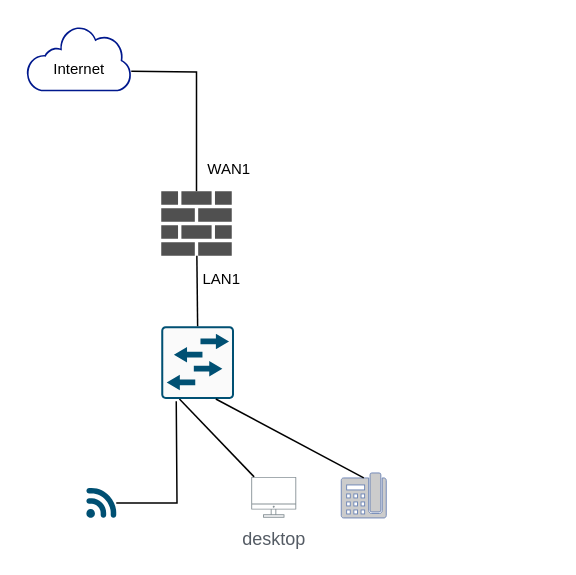
This is Hubtech HDA Physical.drawio from kennedyjombo/intro-to-me, a draw.io file, before an edit. Source tidied: cells renumbered, new cells numbered last; positions are measured from the earlier drawing's top-left corner, leaving out a move shared by most shapes. Both pictures are drawn from the tidied source at 150%, with x=0, y=0 at pixel (26, 26).
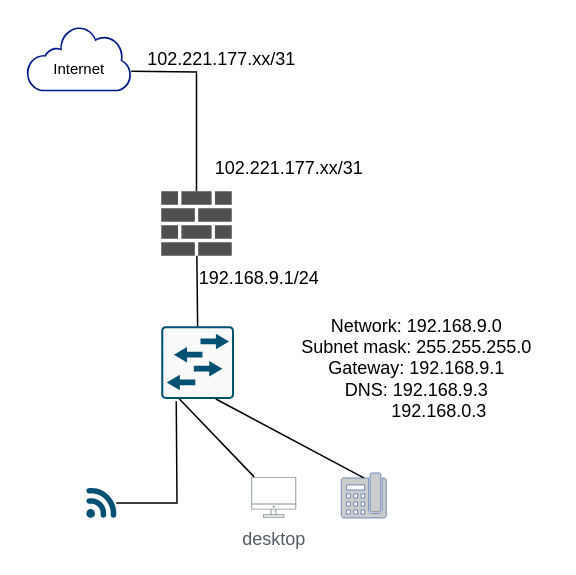
Above is the later version.

The edit, as a diff of the source:
```diff
@@
 <mxGraphModel>
   <root>
     <mxCell id="0" />
     <mxCell id="1" parent="0" />
     <mxCell id="2" style="sketch=0;shadow=0;dashed=0;html=1;strokeColor=none;labelPosition=center;verticalLabelPosition=bottom;verticalAlign=top;align=center;fillColor=#00188D;shape=mxgraph.mscae.enterprise.internet_hollow;" parent="1" vertex="1">
       <mxGeometry width="70" height="43.4" as="geometry" />
     </mxCell>
     <mxCell id="3" style="edgeStyle=orthogonalEdgeStyle;rounded=0;jettySize=auto;html=1;endArrow=none;endFill=0;" parent="1" edge="1" target="5">
       <mxGeometry relative="1" as="geometry">
         <mxPoint x="70" y="30" as="sourcePoint" />
       </mxGeometry>
     </mxCell>
     <mxCell id="4" value="&lt;font style=&quot;font-size: 10px;&quot;&gt;Internet&lt;/font&gt;" style="text;html=1;align=center;verticalAlign=middle;strokeColor=none;fillColor=none;" parent="1" vertex="1">
       <mxGeometry x="5" y="13.4" width="60" height="30" as="geometry" />
     </mxCell>
     <mxCell id="5" style="sketch=0;shadow=0;dashed=0;html=1;strokeColor=none;fillColor=#505050;labelPosition=center;verticalLabelPosition=bottom;verticalAlign=top;outlineConnect=0;align=center;shape=mxgraph.office.concepts.firewall;" parent="1" vertex="1">
       <mxGeometry x="90" y="110" width="47" height="43" as="geometry" />
     </mxCell>
     <mxCell id="6" style="rounded=0;jettySize=auto;html=1;exitX=0.25;exitY=1;exitDx=0;exitDy=0;exitPerimeter=0;endArrow=none;endFill=0;" parent="1" edge="1" source="7" target="11">
       <mxGeometry relative="1" as="geometry" />
     </mxCell>
     <mxCell id="7" style="sketch=0;points=[[0.015,0.015,0],[0.985,0.015,0],[0.985,0.985,0],[0.015,0.985,0],[0.25,0,0],[0.5,0,0],[0.75,0,0],[1,0.25,0],[1,0.5,0],[1,0.75,0],[0.75,1,0],[0.5,1,0],[0.25,1,0],[0,0.75,0],[0,0.5,0],[0,0.25,0]];verticalLabelPosition=bottom;html=1;verticalAlign=top;align=center;shape=mxgraph.cisco19.rect;prIcon=l2_switch;fillColor=#FAFAFA;strokeColor=#005073;" parent="1" vertex="1">
       <mxGeometry x="90" y="200" width="48.5" height="48.5" as="geometry" />
     </mxCell>
     <mxCell id="8" style="rounded=0;jettySize=auto;html=1;entryX=0.5;entryY=0;entryDx=0;entryDy=0;entryPerimeter=0;endArrow=none;endFill=0;" parent="1" edge="1" source="5" target="7">
       <mxGeometry relative="1" as="geometry" />
     </mxCell>
-    <mxCell id="9" value="&lt;font style=&quot;font-size: 10px;&quot;&gt;LAN1&lt;/font&gt;" style="text;html=1;align=center;verticalAlign=middle;strokeColor=none;fillColor=none;" parent="1" vertex="1">
-      <mxGeometry x="105" y="153" width="50" height="30" as="geometry" />
+    <mxCell id="9" value="192.168.9.1/24" style="text;html=1;align=center;verticalAlign=middle;strokeColor=none;fillColor=none;" parent="1" vertex="1">
+      <mxGeometry x="105" y="153" width="100" height="30" as="geometry" />
     </mxCell>
-    <mxCell id="10" value="&lt;font style=&quot;font-size: 10px;&quot;&gt;WAN1&lt;/font&gt;" style="text;html=1;align=center;verticalAlign=middle;strokeColor=none;fillColor=none;" parent="1" vertex="1">
-      <mxGeometry x="110" y="80" width="50" height="30" as="geometry" />
+    <mxCell id="10" value="&lt;font style=&quot;font-size: 12px;&quot;&gt;102.221.177.xx/31&lt;/font&gt;" style="text;html=1;align=center;verticalAlign=middle;strokeColor=none;fillColor=none;" parent="1" vertex="1">
+      <mxGeometry x="115" y="80" width="120" height="30" as="geometry" />
     </mxCell>
     <mxCell id="11" value="desktop" style="sketch=0;outlineConnect=0;gradientColor=none;fontColor=#545B64;strokeColor=none;fillColor=#879196;dashed=0;verticalLabelPosition=bottom;verticalAlign=top;align=center;html=1;fontSize=12;fontStyle=0;shape=mxgraph.aws4.illustration_desktop;" parent="1" vertex="1">
       <mxGeometry x="150" y="300.4" width="30" height="27.3" as="geometry" />
     </mxCell>
     <mxCell id="12" style="fontColor=#0066CC;verticalAlign=top;verticalLabelPosition=bottom;labelPosition=center;align=center;html=1;outlineConnect=0;fillColor=#CCCCCC;strokeColor=#6881B3;gradientColor=none;gradientDirection=north;strokeWidth=2;shape=mxgraph.networks.phone_2;" parent="1" vertex="1">
       <mxGeometry x="210" y="297.8" width="30" height="30" as="geometry" />
     </mxCell>
     <mxCell id="13" style="points=[[0.005,0.09,0],[0.08,0,0],[0.76,0.25,0],[1,0.92,0],[0.91,0.995,0],[0.57,0.995,0],[0.045,0.955,0],[0.005,0.43,0]];verticalLabelPosition=bottom;sketch=0;html=1;verticalAlign=top;align=center;shape=mxgraph.cisco19.3g_4g_indicator;fillColor=#005073;strokeColor=none;" parent="1" vertex="1">
       <mxGeometry x="40" y="307.8" width="20" height="20" as="geometry" />
     </mxCell>
     <mxCell id="14" style="rounded=0;jettySize=auto;html=1;exitX=0.75;exitY=1;exitDx=0;exitDy=0;exitPerimeter=0;entryX=0.5;entryY=0.11;entryDx=0;entryDy=0;entryPerimeter=0;endArrow=none;endFill=0;" parent="1" edge="1" source="7" target="12">
       <mxGeometry relative="1" as="geometry" />
     </mxCell>
     <mxCell id="15" style="edgeStyle=orthogonalEdgeStyle;rounded=0;jettySize=auto;html=1;endArrow=none;endFill=0;" parent="1" edge="1" source="13">
       <mxGeometry relative="1" as="geometry">
         <mxPoint x="100" y="250" as="targetPoint" />
       </mxGeometry>
     </mxCell>
+    <mxCell id="16" value="&lt;font style=&quot;font-size: 12px;&quot;&gt;102.221.177.xx/31&lt;/font&gt;" style="text;html=1;align=center;verticalAlign=middle;strokeColor=none;fillColor=none;" parent="1" vertex="1">
+      <mxGeometry x="70" y="6.7" width="120" height="30" as="geometry" />
+    </mxCell>
+    <mxCell id="17" value="Network: 192.168.9.0&lt;br&gt;Subnet mask: 255.255.255.0&lt;br&gt;Gateway: 192.168.9.1&lt;br&gt;DNS: 192.168.9.3&lt;br&gt;&amp;nbsp;&amp;nbsp;&amp;nbsp;&amp;nbsp;&amp;nbsp;&amp;nbsp;&amp;nbsp;&amp;nbsp; 192.168.0.3" style="text;html=1;align=center;verticalAlign=middle;strokeColor=none;fillColor=none;" parent="1" vertex="1">
+      <mxGeometry x="170" y="183" width="180" height="90" as="geometry" />
+    </mxCell>
   </root>
 </mxGraphModel>
```
